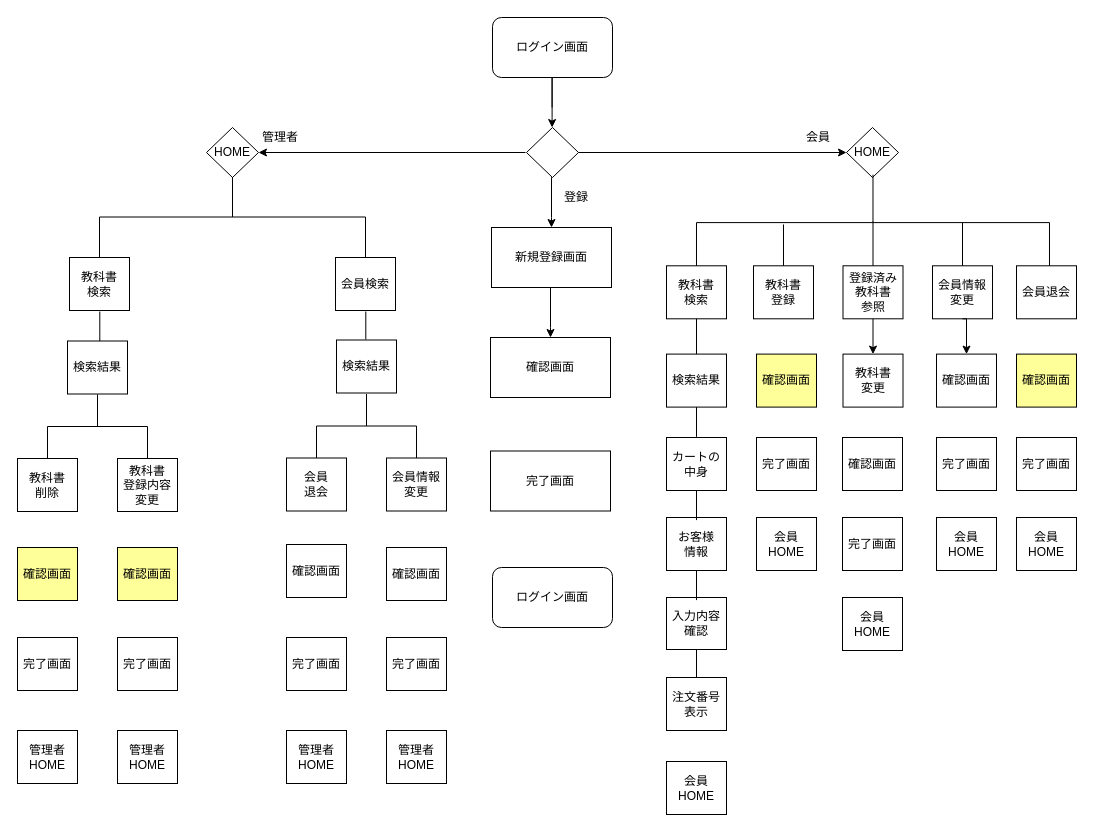
2022java42-student022/document keeps this draw.io diagram as 画面遷移図.drawio. Above is the earlier version. Source tidied: cells renumbered, new cells numbered last; positions are measured from the earlier drawing's top-left corner, leaving out a move shared by most shapes. Both pictures are drawn from the tidied source at 100%, with x=0, y=0 at pixel (17, 17).
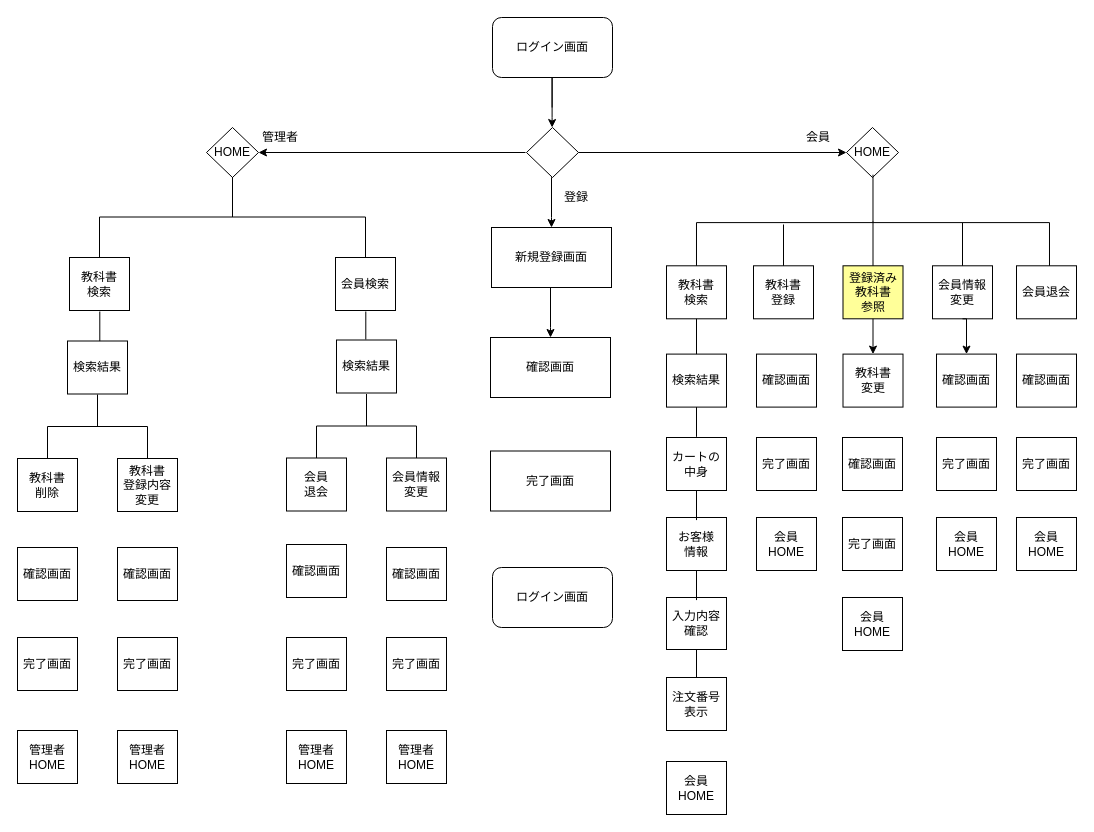
After the change.

Commit message:
画面遷移図更新

The change refers to these unchanged cells:
```xml
<mxCell id="13" style="group;" parent="1" vertex="1">
  <mxGeometry x="679" y="160" width="300" height="229.6" as="geometry" />
</mxCell>
<mxCell id="15" style="group;" parent="13" vertex="1">
  <mxGeometry x="-30" y="32" width="326" height="109.3" as="geometry" />
</mxCell>
```

Diff of the diagram source:
```diff
@@
-    <mxCell id="22" value="登録済み&lt;br&gt;教科書&lt;br&gt;参照" style="rounded=0;whiteSpace=wrap;html=1;sketch=0;strokeWidth=1;" parent="15" vertex="1">
+    <mxCell id="22" value="登録済み&lt;br&gt;教科書&lt;br&gt;参照" style="rounded=0;whiteSpace=wrap;html=1;sketch=0;strokeWidth=1;fillColor=#FFFF99;" parent="15" vertex="1">
       <mxGeometry x="176.5" y="56.3" width="60" height="53" as="geometry" />
     </mxCell>
@@
-    <mxCell id="27" value="確認画面" style="rounded=0;whiteSpace=wrap;html=1;sketch=0;strokeWidth=1;fillColor=#FFFF99;" parent="13" vertex="1">
+    <mxCell id="27" value="確認画面" style="rounded=0;whiteSpace=wrap;html=1;sketch=0;strokeWidth=1;fillColor=#FFFFFF;" parent="13" vertex="1">
       <mxGeometry x="60" y="176.6" width="60" height="53" as="geometry" />
     </mxCell>
@@
-    <mxCell id="64" value="確認画面" style="rounded=0;whiteSpace=wrap;html=1;sketch=0;strokeWidth=1;fillColor=#FFFF99;" parent="1" vertex="1">
+    <mxCell id="64" value="確認画面" style="rounded=0;whiteSpace=wrap;html=1;sketch=0;strokeWidth=1;fillColor=#FFFFFF;" parent="1" vertex="1">
       <mxGeometry x="999" y="336.6" width="60" height="53" as="geometry" />
     </mxCell>
@@
-    <mxCell id="67" value="確認画面" style="rounded=0;whiteSpace=wrap;html=1;sketch=0;strokeWidth=1;fillColor=#FFFF99;" parent="1" vertex="1">
+    <mxCell id="67" value="確認画面" style="rounded=0;whiteSpace=wrap;html=1;sketch=0;strokeWidth=1;fillColor=#FFFFFF;" parent="1" vertex="1">
       <mxGeometry x="100" y="530" width="60" height="53" as="geometry" />
     </mxCell>
-    <mxCell id="68" value="確認画面" style="rounded=0;whiteSpace=wrap;html=1;sketch=0;strokeWidth=1;fillColor=#FFFF99;" parent="1" vertex="1">
+    <mxCell id="68" value="確認画面" style="rounded=0;whiteSpace=wrap;html=1;sketch=0;strokeWidth=1;fillColor=#FFFFFF;" parent="1" vertex="1">
       <mxGeometry y="530" width="60" height="53" as="geometry" />
     </mxCell>
```
